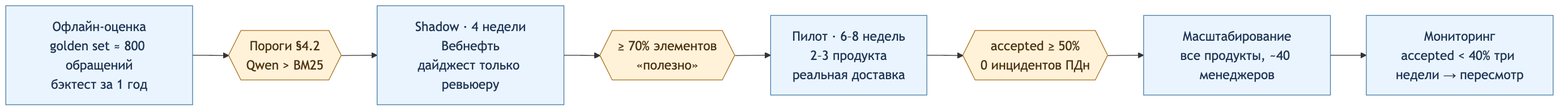
Before: docs/diagrams/rendered/05-rollout.png, a diagram exported from Mermaid (Gnod-do/ticket-triage-agent). Its source is kept beside it as docs/diagrams/05-rollout.mmd.
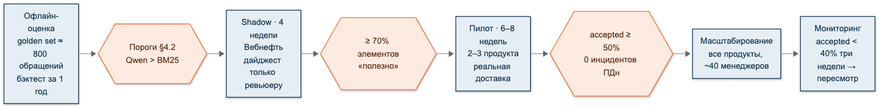
Above is the later version.

What changed in the source:
```diff
@@ -1,6 +1,6 @@
 flowchart LR
-  classDef st fill:#eaf4ff,stroke:#3d76a2,color:#1e3554
-  classDef gate fill:#fff2d9,stroke:#a66b17,color:#4d3210
+  classDef st fill:#E6EEF5,stroke:#10314C,color:#10314C,stroke-width:1.5px
+  classDef gate fill:#FDEBE1,stroke:#F56A2B,color:#5A2A10,stroke-width:1.5px
 
   A["Офлайн-оценка<br/>golden set ≈ 800 обращений<br/>бэктест за 1 год"]:::st --> G1{{"Пороги §4.2<br/>Qwen > BM25"}}:::gate
   G1 --> B["Shadow · 4 недели<br/>Вебнефть<br/>дайджест только ревьюеру"]:::st
```
